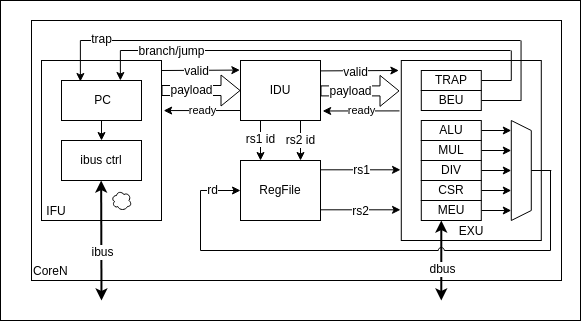
Above: doc/assets/CoreN.drawio.png in feipenghhq/NPC (draw.io), before the change. Source tidied: cells renumbered, new cells last; positions are measured from the earlier drawing's top-left corner, leaving out a move shared by most shapes.
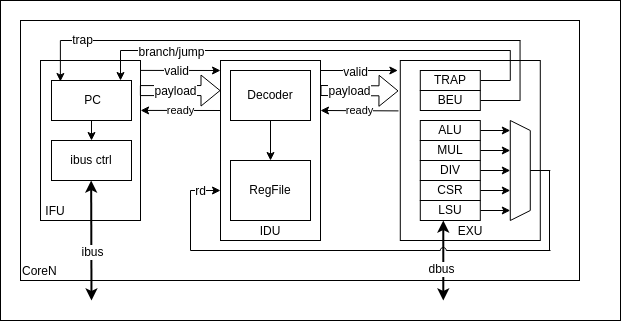
Above is the later version.

Commit message:
Add detailed documents for cpu core components #2

What changed in the source:
```diff
@@ -3,11 +3,14 @@
     <mxCell id="0" />
     <mxCell id="1" parent="0" />
     <mxCell id="2" style="rounded=0;whiteSpace=wrap;html=1;" parent="1" vertex="1">
-      <mxGeometry width="580" height="320" as="geometry" />
+      <mxGeometry x="1" width="620" height="320" as="geometry" />
     </mxCell>
     <mxCell id="3" value="&lt;font style=&quot;font-size: 12px;&quot;&gt;CoreN&lt;/font&gt;" style="rounded=0;whiteSpace=wrap;html=1;align=left;verticalAlign=bottom;fontSize=12;" parent="1" vertex="1">
-      <mxGeometry x="31" y="20" width="530" height="260" as="geometry" />
+      <mxGeometry x="21" y="20" width="559" height="260" as="geometry" />
     </mxCell>
+    <mxCell id="67" value="&lt;font style=&quot;font-size: 12px;&quot;&gt;IDU&lt;/font&gt;" style="rounded=0;whiteSpace=wrap;html=1;align=center;verticalAlign=bottom;fontSize=12;" parent="1" vertex="1">
+      <mxGeometry x="221" y="60" width="100" height="180" as="geometry" />
+    </mxCell>
     <mxCell id="4" style="endArrow=none;html=1;fontFamily=Helvetica;fontSize=12;fontColor=default;" parent="1" edge="1">
       <mxGeometry relative="1" as="geometry">
         <mxPoint x="550" y="250" as="sourcePoint" />
@@ -15,53 +18,48 @@
       </mxGeometry>
     </mxCell>
     <mxCell id="5" value="&lt;font style=&quot;font-size: 12px;&quot;&gt;&amp;nbsp;IFU&lt;/font&gt;" style="rounded=0;whiteSpace=wrap;html=1;align=left;verticalAlign=bottom;fontSize=12;" parent="1" vertex="1">
-      <mxGeometry x="41" y="60" width="120" height="160" as="geometry" />
+      <mxGeometry x="41" y="60" width="100" height="160" as="geometry" />
     </mxCell>
     <mxCell id="6" value="&amp;nbsp;PC" style="rounded=0;whiteSpace=wrap;html=1;fontSize=12;" parent="1" vertex="1">
-      <mxGeometry x="61" y="80" width="80" height="40" as="geometry" />
+      <mxGeometry x="52" y="80" width="80" height="40" as="geometry" />
     </mxCell>
     <mxCell id="7" style="endArrow=classic;startArrow=classic;html=1;fontSize=12;strokeWidth=2;" parent="1" edge="1">
       <mxGeometry relative="1" as="geometry">
-        <mxPoint x="101" y="300" as="sourcePoint" />
-        <mxPoint x="100.7" y="180" as="targetPoint" />
+        <mxPoint x="92" y="300" as="sourcePoint" />
+        <mxPoint x="91.7" y="180" as="targetPoint" />
       </mxGeometry>
     </mxCell>
     <mxCell id="8" value="ibus" style="edgeLabel;html=1;align=center;verticalAlign=middle;fontSize=12;" parent="7" vertex="1">
       <mxGeometry x="-0.2" y="-1" relative="1" as="geometry" />
     </mxCell>
     <mxCell id="9" value="ibus ctrl" style="rounded=0;whiteSpace=wrap;html=1;fontSize=12;" parent="1" vertex="1">
-      <mxGeometry x="61" y="140" width="80" height="40" as="geometry" />
+      <mxGeometry x="52" y="140" width="80" height="40" as="geometry" />
     </mxCell>
     <mxCell id="10" style="endArrow=classic;html=1;fontSize=12;entryX=0.5;entryY=0;entryDx=0;entryDy=0;exitX=0.5;exitY=1;exitDx=0;exitDy=0;" parent="1" edge="1" source="6" target="9">
       <mxGeometry relative="1" as="geometry" />
     </mxCell>
-    <mxCell id="11" style="ellipse;shape=cloud;whiteSpace=wrap;html=1;fontSize=12;" parent="1" vertex="1">
-      <mxGeometry x="111" y="190" width="20" height="20" as="geometry" />
-    </mxCell>
-    <mxCell id="12" value="&lt;font style=&quot;font-size: 12px;&quot;&gt;IDU&lt;/font&gt;" style="rounded=0;whiteSpace=wrap;html=1;align=center;verticalAlign=middle;fontSize=12;" parent="1" vertex="1">
-      <mxGeometry x="240" y="60" width="80" height="60" as="geometry" />
+    <mxCell id="12" value="&lt;font style=&quot;font-size: 12px;&quot;&gt;Decoder&lt;/font&gt;" style="rounded=0;whiteSpace=wrap;html=1;align=center;verticalAlign=middle;fontSize=12;" parent="1" vertex="1">
+      <mxGeometry x="231" y="70" width="80" height="50" as="geometry" />
     </mxCell>
-    <mxCell id="13" style="endArrow=classic;html=1;entryX=-0.008;entryY=0.16;entryDx=0;entryDy=0;entryPerimeter=0;" parent="1" edge="1" target="12">
+    <mxCell id="13" style="endArrow=classic;html=1;exitX=1.001;exitY=0.062;exitDx=0;exitDy=0;exitPerimeter=0;" parent="1" edge="1" source="5">
       <mxGeometry relative="1" as="geometry">
-        <mxPoint x="161" y="70" as="sourcePoint" />
+        <mxPoint x="221" y="70" as="targetPoint" />
       </mxGeometry>
     </mxCell>
     <mxCell id="14" value="valid" style="edgeLabel;html=1;align=center;verticalAlign=middle;fontSize=12;" parent="13" vertex="1">
       <mxGeometry x="-0.13" y="-1" relative="1" as="geometry" />
     </mxCell>
-    <mxCell id="15" value="ready" style="endArrow=classic;html=1;entryX=1.018;entryY=0.313;entryDx=0;entryDy=0;entryPerimeter=0;" parent="1" edge="1" target="5">
+    <mxCell id="15" value="ready" style="endArrow=classic;html=1;entryX=1.001;entryY=0.312;entryDx=0;entryDy=0;entryPerimeter=0;" parent="1" edge="1" target="5">
       <mxGeometry relative="1" as="geometry">
-        <mxPoint x="240" y="110" as="sourcePoint" />
+        <mxPoint x="221" y="110" as="sourcePoint" />
       </mxGeometry>
     </mxCell>
-    <mxCell id="16" style="shape=flexArrow;endArrow=classic;html=1;fontSize=12;entryX=0;entryY=0.5;entryDx=0;entryDy=0;" parent="1" edge="1" target="12">
-      <mxGeometry relative="1" as="geometry">
-        <mxPoint x="161" y="90" as="sourcePoint" />
-      </mxGeometry>
+    <mxCell id="16" style="shape=flexArrow;endArrow=classic;html=1;fontSize=12;entryX=0;entryY=0.167;entryDx=0;entryDy=0;entryPerimeter=0;exitX=0.994;exitY=0.188;exitDx=0;exitDy=0;exitPerimeter=0;" parent="1" edge="1" source="5" target="67">
+      <mxGeometry relative="1" as="geometry" />
     </mxCell>
     <mxCell id="17" value="payload" style="edgeLabel;html=1;align=center;verticalAlign=middle;fontSize=12;" parent="16" vertex="1">
       <mxGeometry x="0.15" y="-3" relative="1" as="geometry">
-        <mxPoint x="-16" y="-3" as="offset" />
+        <mxPoint x="-11" y="-3" as="offset" />
       </mxGeometry>
     </mxCell>
     <mxCell id="18" value="&lt;font style=&quot;font-size: 12px;&quot;&gt;EXU&lt;/font&gt;" style="rounded=0;whiteSpace=wrap;html=1;align=center;verticalAlign=bottom;fontSize=12;shadow=0;fillColor=default;" parent="1" vertex="1">
@@ -80,7 +78,7 @@
         <mxPoint x="510.8" y="210" as="targetPoint" />
       </mxGeometry>
     </mxCell>
-    <mxCell id="22" value="&lt;font style=&quot;font-size: 12px;&quot;&gt;MEU&lt;/font&gt;" style="rounded=0;whiteSpace=wrap;html=1;align=center;verticalAlign=middle;fontSize=12;" parent="1" vertex="1">
+    <mxCell id="22" value="&lt;font style=&quot;font-size: 12px;&quot;&gt;LSU&lt;/font&gt;" style="rounded=0;whiteSpace=wrap;html=1;align=center;verticalAlign=middle;fontSize=12;" parent="1" vertex="1">
       <mxGeometry x="420.8" y="200" width="60" height="20" as="geometry" />
     </mxCell>
     <mxCell id="23" style="html=1;fontSize=12;endArrow=none;endFill=0;" parent="1" edge="1" source="24">
@@ -158,31 +156,33 @@
     </mxCell>
     <mxCell id="39" style="endArrow=classic;startArrow=classic;html=1;fontSize=12;strokeWidth=2;" parent="1" edge="1">
       <mxGeometry relative="1" as="geometry">
-        <mxPoint x="440.8" y="300" as="sourcePoint" />
-        <mxPoint x="440.8" y="220" as="targetPoint" />
+        <mxPoint x="443.8" y="300" as="sourcePoint" />
+        <mxPoint x="443.8" y="220" as="targetPoint" />
       </mxGeometry>
     </mxCell>
     <mxCell id="40" value="dbus" style="edgeLabel;html=1;align=center;verticalAlign=middle;fontSize=12;" parent="39" vertex="1">
-      <mxGeometry x="-0.2" y="-1" relative="1" as="geometry" />
+      <mxGeometry x="-0.2" y="-1" relative="1" as="geometry">
+        <mxPoint x="-3" as="offset" />
+      </mxGeometry>
     </mxCell>
     <mxCell id="41" style="endArrow=classic;html=1;entryX=-0.008;entryY=0.16;entryDx=0;entryDy=0;entryPerimeter=0;" parent="1" edge="1">
       <mxGeometry relative="1" as="geometry">
-        <mxPoint x="320" y="70.4" as="sourcePoint" />
+        <mxPoint x="321" y="70" as="sourcePoint" />
         <mxPoint x="398.4" y="70" as="targetPoint" />
       </mxGeometry>
     </mxCell>
     <mxCell id="42" value="valid" style="edgeLabel;html=1;align=center;verticalAlign=middle;fontSize=12;" parent="41" vertex="1">
       <mxGeometry x="-0.13" y="-1" relative="1" as="geometry" />
     </mxCell>
-    <mxCell id="43" value="ready" style="endArrow=classic;html=1;entryX=1.018;entryY=0.313;entryDx=0;entryDy=0;entryPerimeter=0;" parent="1" edge="1">
+    <mxCell id="43" value="ready" style="endArrow=classic;html=1;" parent="1" edge="1">
       <mxGeometry relative="1" as="geometry">
         <mxPoint x="399" y="110.4" as="sourcePoint" />
-        <mxPoint x="322.2" y="110.5" as="targetPoint" />
+        <mxPoint x="321" y="110" as="targetPoint" />
       </mxGeometry>
     </mxCell>
     <mxCell id="44" style="shape=flexArrow;endArrow=classic;html=1;fontSize=12;entryX=0;entryY=0.5;entryDx=0;entryDy=0;" parent="1" edge="1">
       <mxGeometry relative="1" as="geometry">
-        <mxPoint x="320" y="90.4" as="sourcePoint" />
+        <mxPoint x="321" y="90" as="sourcePoint" />
         <mxPoint x="399" y="90.4" as="targetPoint" />
       </mxGeometry>
     </mxCell>
@@ -192,53 +192,18 @@
       </mxGeometry>
     </mxCell>
     <mxCell id="46" value="&lt;font style=&quot;font-size: 12px;&quot;&gt;RegFile&lt;/font&gt;" style="rounded=0;whiteSpace=wrap;html=1;align=center;verticalAlign=middle;fontSize=12;" parent="1" vertex="1">
-      <mxGeometry x="240" y="160" width="80" height="60" as="geometry" />
+      <mxGeometry x="231" y="160" width="80" height="60" as="geometry" />
     </mxCell>
-    <mxCell id="47" style="endArrow=classic;html=1;fontSize=12;exitX=0.75;exitY=0;exitDx=0;exitDy=0;entryX=0.75;entryY=0;entryDx=0;entryDy=0;" parent="1" edge="1" target="46">
+    <mxCell id="47" style="endArrow=classic;html=1;fontSize=12;exitX=0.75;exitY=0;exitDx=0;exitDy=0;entryX=0.75;entryY=0;entryDx=0;entryDy=0;" parent="1" edge="1">
       <mxGeometry relative="1" as="geometry">
-        <mxPoint x="300" y="120" as="sourcePoint" />
+        <mxPoint x="271" y="120" as="sourcePoint" />
+        <mxPoint x="271" y="160" as="targetPoint" />
       </mxGeometry>
     </mxCell>
-    <mxCell id="48" value="rs2 id" style="edgeLabel;html=1;align=center;verticalAlign=middle;fontSize=12;" parent="47" vertex="1">
-      <mxGeometry x="-0.29" y="2" relative="1" as="geometry">
-        <mxPoint x="-2" y="5" as="offset" />
-      </mxGeometry>
-    </mxCell>
-    <mxCell id="49" style="endArrow=classic;html=1;fontSize=12;exitX=0.25;exitY=0;exitDx=0;exitDy=0;entryX=0.25;entryY=0;entryDx=0;entryDy=0;" parent="1" edge="1" target="46">
-      <mxGeometry relative="1" as="geometry">
-        <mxPoint x="260" y="120" as="sourcePoint" />
-      </mxGeometry>
-    </mxCell>
-    <mxCell id="50" value="rs1 id" style="edgeLabel;html=1;align=center;verticalAlign=middle;fontSize=12;" parent="49" vertex="1">
-      <mxGeometry x="-0.29" y="2" relative="1" as="geometry">
-        <mxPoint x="-2" y="4" as="offset" />
-      </mxGeometry>
-    </mxCell>
-    <mxCell id="51" style="endArrow=classic;html=1;fontSize=12;" parent="1" edge="1">
-      <mxGeometry relative="1" as="geometry">
-        <mxPoint x="320" y="169.3" as="sourcePoint" />
-        <mxPoint x="400" y="169.3" as="targetPoint" />
-      </mxGeometry>
-    </mxCell>
-    <mxCell id="52" value="rs1" style="edgeLabel;html=1;align=center;verticalAlign=middle;fontSize=12;" parent="51" vertex="1">
-      <mxGeometry x="0.16" y="1" relative="1" as="geometry">
-        <mxPoint x="-6" y="1" as="offset" />
-      </mxGeometry>
-    </mxCell>
-    <mxCell id="53" style="endArrow=classic;html=1;fontSize=12;" parent="1" edge="1">
-      <mxGeometry relative="1" as="geometry">
-        <mxPoint x="320" y="209.3" as="sourcePoint" />
-        <mxPoint x="400" y="209.3" as="targetPoint" />
-      </mxGeometry>
-    </mxCell>
-    <mxCell id="54" value="rs2" style="edgeLabel;html=1;align=center;verticalAlign=middle;fontSize=12;" parent="53" vertex="1">
-      <mxGeometry x="0.24" y="1" relative="1" as="geometry">
-        <mxPoint x="-10" y="2" as="offset" />
-      </mxGeometry>
-    </mxCell>
-    <mxCell id="55" style="endArrow=classic;html=1;fontSize=12;entryX=0;entryY=0.5;entryDx=0;entryDy=0;" parent="1" edge="1" target="46">
+    <mxCell id="55" style="endArrow=classic;html=1;fontSize=12;" parent="1" edge="1">
       <mxGeometry relative="1" as="geometry">
-        <mxPoint x="200" y="190" as="sourcePoint" />
+        <mxPoint x="191" y="190" as="sourcePoint" />
+        <mxPoint x="221" y="190" as="targetPoint" />
       </mxGeometry>
     </mxCell>
     <mxCell id="56" value="rd" style="edgeLabel;html=1;align=center;verticalAlign=middle;fontSize=12;" parent="55" vertex="1">
@@ -246,20 +211,20 @@
     </mxCell>
     <mxCell id="57" style="endArrow=none;html=1;fontSize=12;jumpStyle=arc;jumpSize=6;" parent="1" edge="1">
       <mxGeometry relative="1" as="geometry">
-        <mxPoint x="200" y="250" as="sourcePoint" />
-        <mxPoint x="550" y="250" as="targetPoint" />
+        <mxPoint x="191" y="250" as="sourcePoint" />
+        <mxPoint x="551" y="250" as="targetPoint" />
       </mxGeometry>
     </mxCell>
     <mxCell id="58" style="endArrow=none;html=1;fontSize=12;jumpStyle=arc;jumpSize=6;" parent="1" edge="1">
       <mxGeometry relative="1" as="geometry">
-        <mxPoint x="200" y="250" as="sourcePoint" />
-        <mxPoint x="200" y="190" as="targetPoint" />
+        <mxPoint x="191" y="250" as="sourcePoint" />
+        <mxPoint x="191" y="190" as="targetPoint" />
       </mxGeometry>
     </mxCell>
     <mxCell id="59" style="endArrow=none;html=1;fontSize=12;" parent="1" edge="1">
       <mxGeometry relative="1" as="geometry">
-        <mxPoint x="79.9" y="40" as="sourcePoint" />
-        <mxPoint x="520" y="40" as="targetPoint" />
+        <mxPoint x="60.9" y="40" as="sourcePoint" />
+        <mxPoint x="521" y="40" as="targetPoint" />
       </mxGeometry>
     </mxCell>
     <mxCell id="60" value="trap" style="edgeLabel;html=1;align=center;verticalAlign=middle;fontSize=12;" parent="59" vertex="1">
@@ -275,8 +240,8 @@
     </mxCell>
     <mxCell id="62" style="endArrow=none;html=1;fontSize=12;" parent="1" edge="1">
       <mxGeometry relative="1" as="geometry">
-        <mxPoint x="119.9" y="50" as="sourcePoint" />
-        <mxPoint x="510" y="50" as="targetPoint" />
+        <mxPoint x="121" y="50" as="sourcePoint" />
+        <mxPoint x="511" y="50" as="targetPoint" />
       </mxGeometry>
     </mxCell>
     <mxCell id="63" value="branch/jump" style="edgeLabel;html=1;align=center;verticalAlign=middle;fontSize=12;" parent="62" vertex="1">
@@ -292,14 +257,14 @@
     </mxCell>
     <mxCell id="65" style="endArrow=classic;html=1;fontSize=12;" parent="1" edge="1">
       <mxGeometry relative="1" as="geometry">
-        <mxPoint x="79.9" y="40" as="sourcePoint" />
-        <mxPoint x="79.9" y="81" as="targetPoint" />
+        <mxPoint x="60.9" y="40" as="sourcePoint" />
+        <mxPoint x="60.9" y="81" as="targetPoint" />
       </mxGeometry>
     </mxCell>
     <mxCell id="66" style="endArrow=classic;html=1;fontSize=12;" parent="1" edge="1">
       <mxGeometry relative="1" as="geometry">
-        <mxPoint x="119.9" y="50" as="sourcePoint" />
-        <mxPoint x="119.9" y="80" as="targetPoint" />
+        <mxPoint x="121" y="50" as="sourcePoint" />
+        <mxPoint x="121" y="80" as="targetPoint" />
       </mxGeometry>
     </mxCell>
   </root>
```
